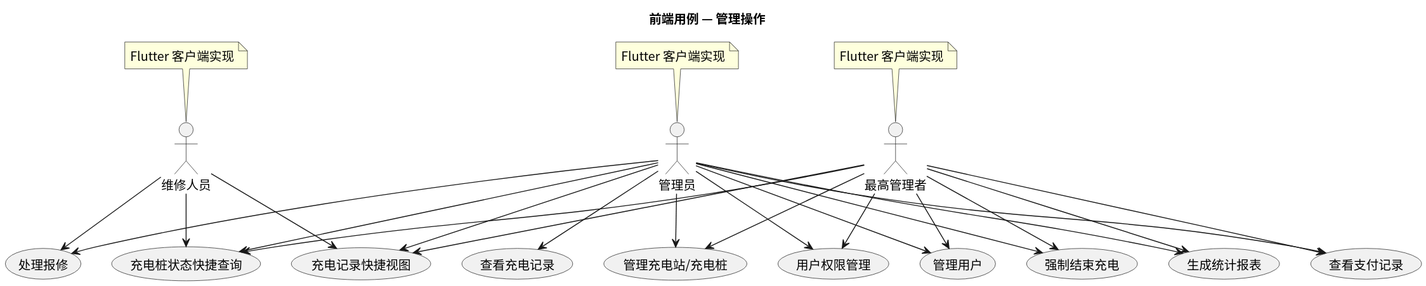
Above: usecase/docs/frontend/img/frontend_admin_usecases.svg in greenhandzdl/charging-station-doc (PlantUML), before the change.
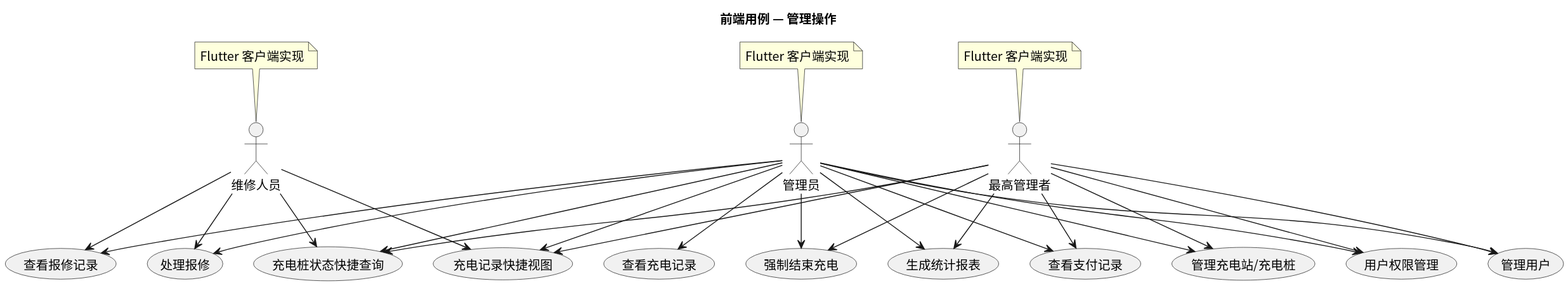
The same diagram one commit later.

Change to the diagram source:
```diff
@@ -19,11 +19,13 @@
 usecase "强制结束充电" as FSC
 usecase "生成统计报表" as GS
 usecase "充电桩状态快捷查询" as QC
+usecase "查看报修记录" as VR
 usecase "查看支付记录" as VPR
 usecase "查看充电记录" as VCR
 usecase "充电记录快捷视图" as QV
 
 A --> HR
+A --> VR
 A --> MM
 A --> PM
 A --> MU
@@ -34,6 +36,7 @@
 A --> VCR
 A --> VPR
 M --> HR
+M --> VR
 M --> QV
 M --> QC
 SA --> MM
```
